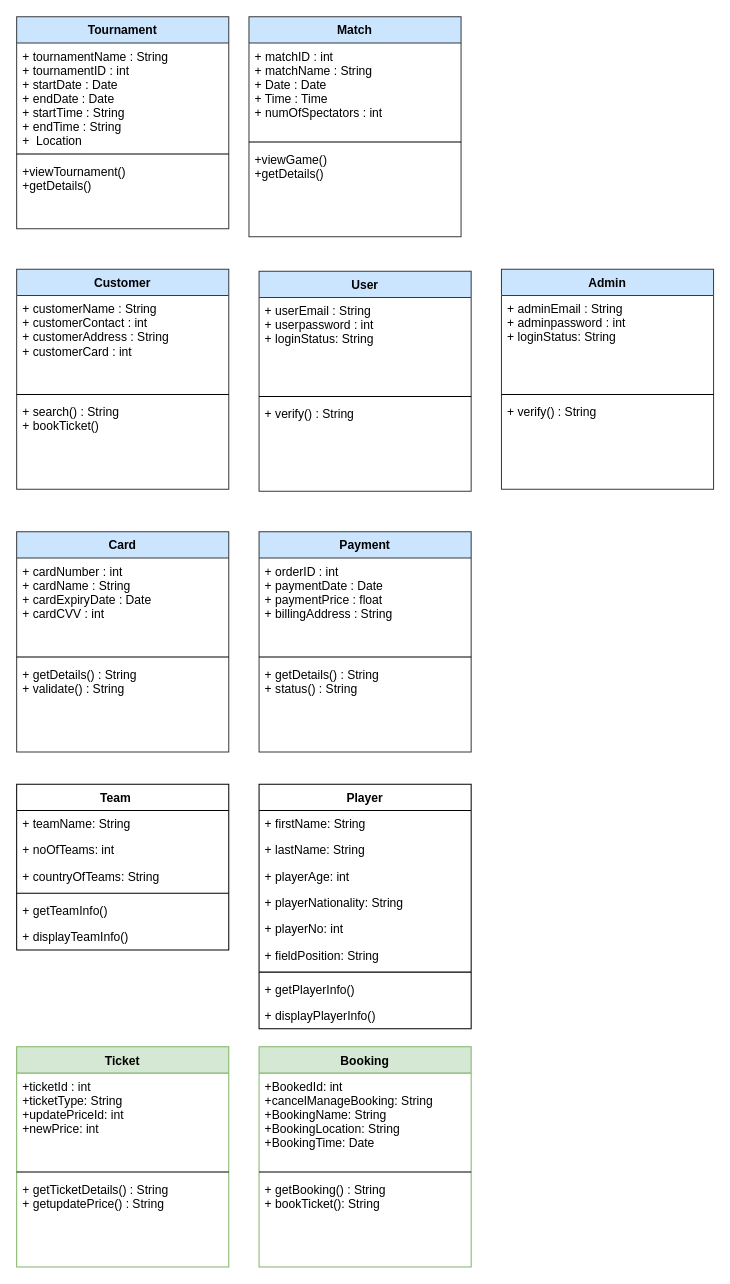
The draw.io diagram page "Page-1" (1 of 2) of SES_Class.drawio in mlvl974/SportsEventSystem, before the edit. Source tidied: cells renumbered, new cells numbered last; positions are measured from the earlier drawing's top-left corner, leaving out a move shared by most shapes. Both pictures are drawn from the tidied source at 101%, with x=0, y=0 at pixel (16, 16).
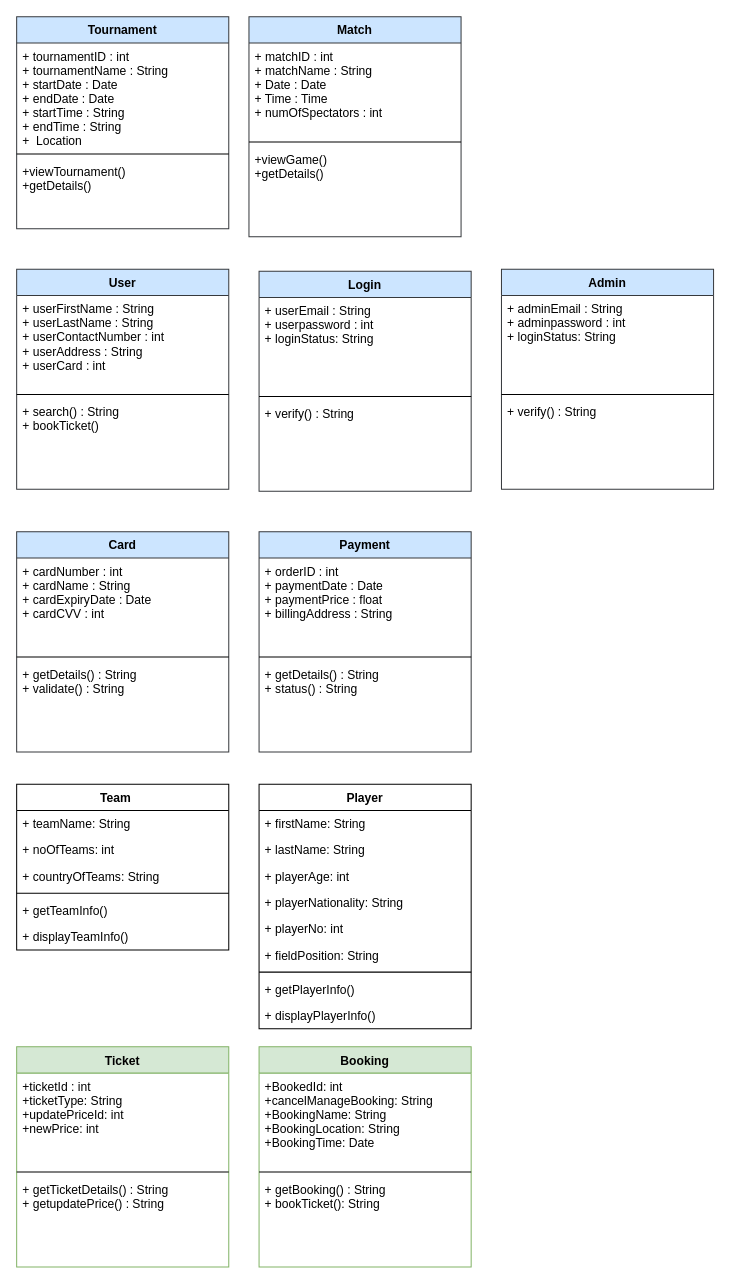
The same diagram, later.

Unchanged cells that the change refers to:
```xml
<mxCell id="2" value="Tournament" style="swimlane;fontStyle=1;align=center;verticalAlign=top;horizontal=1;startSize=26;fillColor=#cce5ff;strokeColor=#36393d;" parent="1" vertex="1">
  <mxGeometry width="210" height="210" as="geometry" />
</mxCell>
```

What changed in the source:
```diff
@@
-    <mxCell id="3" value="+ tournamentName : String&#10;+ tournamentID : int &#10;+ startDate : Date&#10;+ endDate : Date&#10;+ startTime : String&#10;+ endTime : String&#10;+  Location" style="text;strokeColor=none;fillColor=none;align=left;verticalAlign=top;spacingLeft=4;spacingRight=4;overflow=hidden;" parent="2" vertex="1">
+    <mxCell id="3" value="+ tournamentID : int &#10;+ tournamentName : String&#10;+ startDate : Date&#10;+ endDate : Date&#10;+ startTime : String&#10;+ endTime : String&#10;+  Location" style="text;strokeColor=none;fillColor=none;align=left;verticalAlign=top;spacingLeft=4;spacingRight=4;overflow=hidden;" parent="2" vertex="1">
       <mxGeometry y="26" width="210" height="106" as="geometry" />
     </mxCell>
@@
-    <mxCell id="14" value="Customer" style="swimlane;fontStyle=1;align=center;verticalAlign=top;horizontal=1;startSize=26;fillColor=#cce5ff;strokeColor=#36393d;" parent="1" vertex="1">
+    <mxCell id="14" value="User" style="swimlane;fontStyle=1;align=center;verticalAlign=top;horizontal=1;startSize=26;fillColor=#cce5ff;strokeColor=#36393d;" parent="1" vertex="1">
       <mxGeometry y="250" width="210" height="218" as="geometry" />
     </mxCell>
-    <mxCell id="15" value="+ customerName : String&#10;+ customerContact : int &#10;+ customerAddress : String&#10;+ customerCard : int" style="text;strokeColor=none;fillColor=none;align=left;verticalAlign=top;spacingLeft=4;spacingRight=4;overflow=hidden;" parent="14" vertex="1">
+    <mxCell id="15" value="+ userFirstName : String&#10;+ userLastName : String&#10;+ userContactNumber : int &#10;+ userAddress : String&#10;+ userCard : int" style="text;strokeColor=none;fillColor=none;align=left;verticalAlign=top;spacingLeft=4;spacingRight=4;overflow=hidden;" parent="14" vertex="1">
       <mxGeometry y="26" width="210" height="94" as="geometry" />
     </mxCell>
@@
-    <mxCell id="18" value="User" style="swimlane;fontStyle=1;align=center;verticalAlign=top;horizontal=1;startSize=26;fillColor=#cce5ff;strokeColor=#36393d;" parent="1" vertex="1">
+    <mxCell id="18" value="Login&#10;" style="swimlane;fontStyle=1;align=center;verticalAlign=top;horizontal=1;startSize=26;fillColor=#cce5ff;strokeColor=#36393d;" parent="1" vertex="1">
       <mxGeometry x="240" y="252" width="210" height="218" as="geometry" />
     </mxCell>
```
